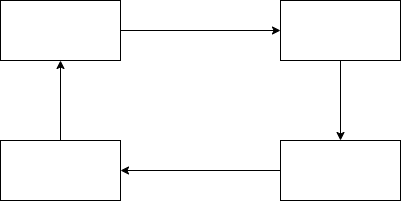
This is 绘图1.png from kaysanshi/diagrams-drawio, a draw.io export, as it was before one commit. Source tidied: cells renumbered, new cells last; positions are measured from the earlier drawing's top-left corner, leaving out a move shared by most shapes.
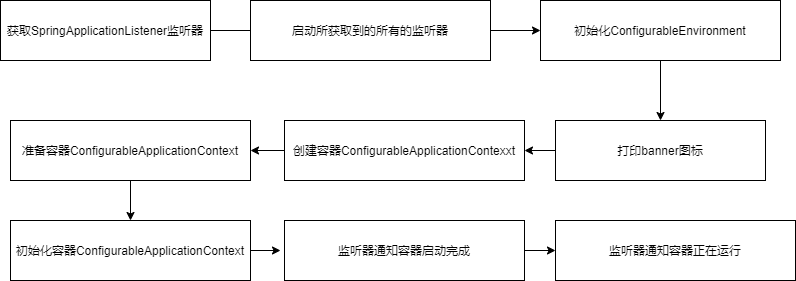
The same diagram one commit later.

Commit message:
更新绘图run方法运行流程.png

What changed in the source:
```diff
@@ -7,26 +7,55 @@
         <mxPoint x="280" y="30" as="targetPoint" />
       </mxGeometry>
     </mxCell>
-    <mxCell id="3" style="rounded=0;whiteSpace=wrap;html=1;" parent="1" vertex="1">
-      <mxGeometry width="120" height="60" as="geometry" />
+    <mxCell id="3" value="获取SpringApplicationListener监听器" style="rounded=0;whiteSpace=wrap;html=1;" parent="1" vertex="1">
+      <mxGeometry x="-70" y="-10" width="210" height="60" as="geometry" />
     </mxCell>
-    <mxCell id="4" style="edgeStyle=orthogonalEdgeStyle;rounded=0;jettySize=auto;html=1;entryX=0.5;entryY=0;entryDx=0;entryDy=0;" parent="1" edge="1" source="5" target="7">
+    <mxCell id="4" style="edgeStyle=orthogonalEdgeStyle;rounded=0;jettySize=auto;html=1;entryX=0.5;entryY=0;entryDx=0;entryDy=0;exitX=0.5;exitY=1;exitDx=0;exitDy=0;" parent="1" edge="1" source="12" target="7">
       <mxGeometry relative="1" as="geometry" />
     </mxCell>
+    <mxCell id="10" style="edgeStyle=orthogonalEdgeStyle;rounded=0;jettySize=auto;html=1;entryX=0;entryY=0.5;entryDx=0;entryDy=0;" parent="1" edge="1" source="5" target="12">
+      <mxGeometry relative="1" as="geometry" />
+    </mxCell>
-    <mxCell id="5" style="rounded=0;whiteSpace=wrap;html=1;" parent="1" vertex="1">
-      <mxGeometry x="280" width="120" height="60" as="geometry" />
+    <mxCell id="5" value="启动所获取到的所有的监听器" style="rounded=0;whiteSpace=wrap;html=1;" parent="1" vertex="1">
+      <mxGeometry x="180" y="-10" width="240" height="60" as="geometry" />
     </mxCell>
     <mxCell id="6" style="edgeStyle=orthogonalEdgeStyle;rounded=0;jettySize=auto;html=1;exitX=0;exitY=0.5;exitDx=0;exitDy=0;entryX=1;entryY=0.5;entryDx=0;entryDy=0;" parent="1" edge="1" source="7" target="9">
       <mxGeometry relative="1" as="geometry" />
     </mxCell>
-    <mxCell id="7" style="rounded=0;whiteSpace=wrap;html=1;" parent="1" vertex="1">
-      <mxGeometry x="280" y="140" width="120" height="60" as="geometry" />
+    <mxCell id="7" value="打印banner图标" style="rounded=0;whiteSpace=wrap;html=1;" parent="1" vertex="1">
+      <mxGeometry x="485" y="110" width="210" height="60" as="geometry" />
     </mxCell>
-    <mxCell id="8" style="edgeStyle=orthogonalEdgeStyle;rounded=0;jettySize=auto;html=1;exitX=0.5;exitY=0;exitDx=0;exitDy=0;entryX=0.5;entryY=1;entryDx=0;entryDy=0;" parent="1" edge="1" source="9" target="3">
-      <mxGeometry relative="1" as="geometry" />
-    </mxCell>
+    <mxCell id="11" style="edgeStyle=orthogonalEdgeStyle;rounded=0;jettySize=auto;html=1;entryX=1;entryY=0.5;entryDx=0;entryDy=0;" parent="1" edge="1" source="9" target="14">
+      <mxGeometry relative="1" as="geometry" />
+    </mxCell>
-    <mxCell id="9" style="rounded=0;whiteSpace=wrap;html=1;" parent="1" vertex="1">
-      <mxGeometry y="140" width="120" height="60" as="geometry" />
+    <mxCell id="9" value="创建容器ConfigurableApplicationContexxt" style="rounded=0;whiteSpace=wrap;html=1;" parent="1" vertex="1">
+      <mxGeometry x="214" y="110" width="240" height="60" as="geometry" />
     </mxCell>
+    <mxCell id="12" value="初始化ConfigurableEnvironment" style="rounded=0;whiteSpace=wrap;html=1;" parent="1" vertex="1">
+      <mxGeometry x="470" y="-10" width="240" height="60" as="geometry" />
+    </mxCell>
+    <mxCell id="13" style="edgeStyle=orthogonalEdgeStyle;rounded=0;jettySize=auto;html=1;exitX=0.5;exitY=1;exitDx=0;exitDy=0;entryX=0.5;entryY=0;entryDx=0;entryDy=0;" parent="1" edge="1" source="14" target="16">
+      <mxGeometry relative="1" as="geometry" />
+    </mxCell>
+    <mxCell id="14" value="准备容器ConfigurableApplicationContext" style="rounded=0;whiteSpace=wrap;html=1;" parent="1" vertex="1">
+      <mxGeometry x="-60" y="110" width="240" height="60" as="geometry" />
+    </mxCell>
+    <mxCell id="15" style="edgeStyle=orthogonalEdgeStyle;rounded=0;jettySize=auto;html=1;exitX=1;exitY=0.5;exitDx=0;exitDy=0;" parent="1" edge="1" source="16">
+      <mxGeometry relative="1" as="geometry">
+        <mxPoint x="210" y="240" as="targetPoint" />
+      </mxGeometry>
+    </mxCell>
+    <mxCell id="16" value="初始化容器ConfigurableApplicationContext" style="rounded=0;whiteSpace=wrap;html=1;" parent="1" vertex="1">
+      <mxGeometry x="-60" y="210" width="240" height="60" as="geometry" />
+    </mxCell>
+    <mxCell id="17" style="edgeStyle=orthogonalEdgeStyle;rounded=0;jettySize=auto;html=1;exitX=1;exitY=0.5;exitDx=0;exitDy=0;entryX=0;entryY=0.5;entryDx=0;entryDy=0;" parent="1" edge="1" source="18" target="19">
+      <mxGeometry relative="1" as="geometry" />
+    </mxCell>
+    <mxCell id="18" value="监听器通知容器启动完成" style="rounded=0;whiteSpace=wrap;html=1;" parent="1" vertex="1">
+      <mxGeometry x="214" y="210" width="240" height="60" as="geometry" />
+    </mxCell>
+    <mxCell id="19" value="监听器通知容器正在运行" style="rounded=0;whiteSpace=wrap;html=1;" parent="1" vertex="1">
+      <mxGeometry x="485" y="210" width="240" height="60" as="geometry" />
+    </mxCell>
   </root>
 </mxGraphModel>
```
